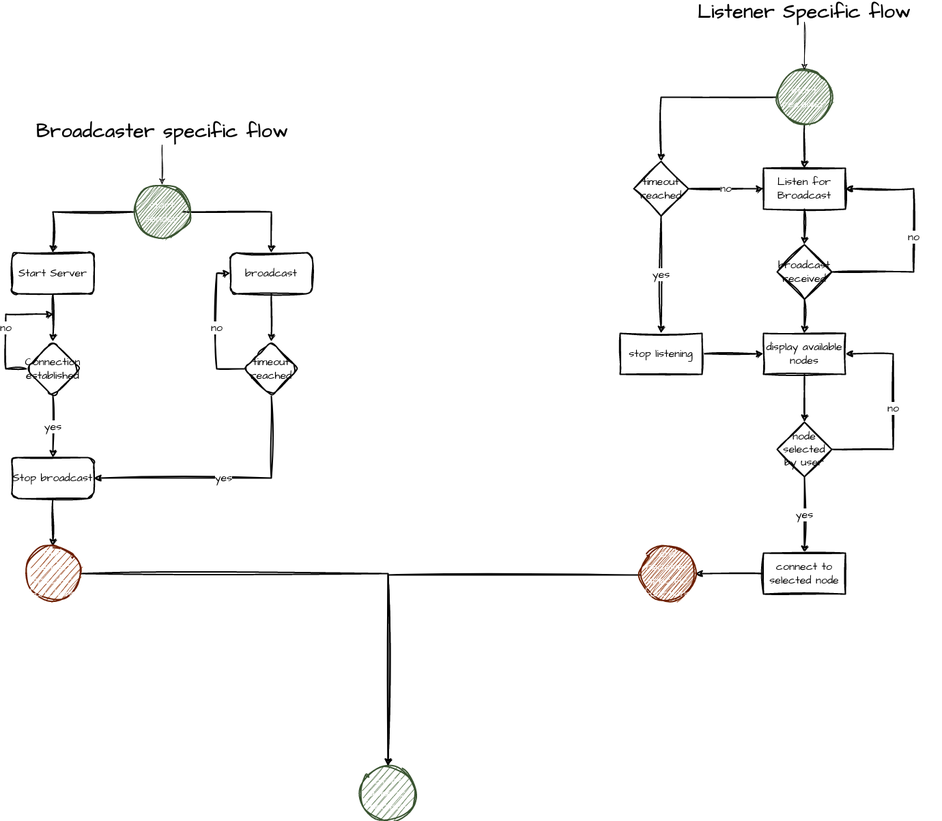
Above: application flow.drawio.png in 321swift/swift (draw.io), before the change. Source tidied: cells renumbered, new cells last; positions are measured from the earlier drawing's top-left corner, leaving out a move shared by most shapes.
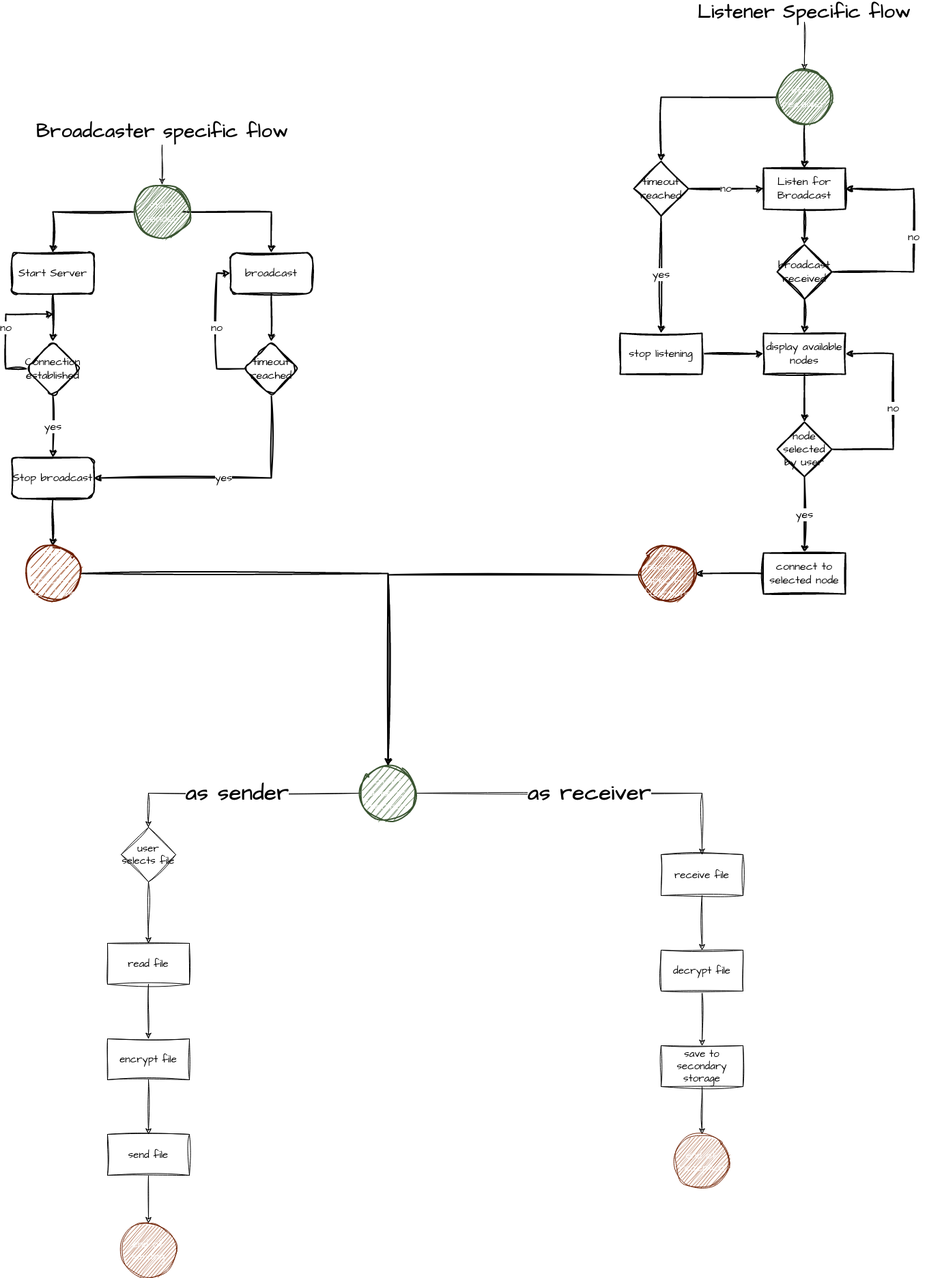
Later version of the same file.

Commit message:
add final flows for sending and receiving files

Diff of the diagram source:
```diff
@@ -71,6 +71,12 @@
     <mxCell id="17" value="End sender specific functions" style="ellipse;whiteSpace=wrap;html=1;fillColor=#a0522d;fontColor=#ffffff;strokeColor=#6D1F00;strokeWidth=2;fontFamily=Architects Daughter;sketch=1;curveFitting=1;jiggle=2;shadow=0;fontSize=16;fontSource=https%3A%2F%2Ffonts.googleapis.com%2Fcss%3Ffamily%3DArchitects%2BDaughter;" parent="1" vertex="1">
       <mxGeometry x="29" y="798" width="80" height="80" as="geometry" />
     </mxCell>
+    <mxCell id="46" value="as sender" style="edgeStyle=orthogonalEdgeStyle;rounded=0;sketch=1;hachureGap=4;jiggle=2;curveFitting=1;jettySize=auto;html=1;fontFamily=Architects Daughter;fontSource=https%3A%2F%2Ffonts.googleapis.com%2Fcss%3Ffamily%3DArchitects%2BDaughter;fontSize=32;entryX=0.5;entryY=0;entryDx=0;entryDy=0;fontStyle=1;" parent="1" edge="1" source="18" target="49">
+      <mxGeometry relative="1" as="geometry" />
+    </mxCell>
+    <mxCell id="47" value="&lt;font style=&quot;font-size: 32px;&quot;&gt;&lt;b&gt;as receiver&lt;/b&gt;&lt;br&gt;&lt;/font&gt;" style="edgeStyle=orthogonalEdgeStyle;rounded=0;sketch=1;hachureGap=4;jiggle=2;curveFitting=1;jettySize=auto;html=1;fontFamily=Architects Daughter;fontSource=https%3A%2F%2Ffonts.googleapis.com%2Fcss%3Ffamily%3DArchitects%2BDaughter;fontSize=16;entryX=0.5;entryY=0;entryDx=0;entryDy=0;" parent="1" edge="1" source="18" target="57">
+      <mxGeometry relative="1" as="geometry" />
+    </mxCell>
     <mxCell id="18" value="Start generic functions" style="ellipse;whiteSpace=wrap;html=1;fillColor=#6d8764;strokeColor=#3A5431;fontColor=#ffffff;strokeWidth=2;sketch=1;curveFitting=1;jiggle=2;shadow=0;fontSize=16;fontFamily=Architects Daughter;fontSource=https%3A%2F%2Ffonts.googleapis.com%2Fcss%3Ffamily%3DArchitects%2BDaughter;" parent="1" vertex="1">
       <mxGeometry x="520" y="1120" width="80" height="80" as="geometry" />
     </mxCell>
@@ -169,5 +175,53 @@
     <mxCell id="45" value="Listener Specific flow" style="text;html=1;strokeColor=none;fillColor=none;align=center;verticalAlign=middle;whiteSpace=wrap;rounded=0;fontSize=28;fontFamily=Architects Daughter;fontStyle=1;strokeWidth=2;" parent="1" vertex="1">
       <mxGeometry x="970" width="400" height="30" as="geometry" />
     </mxCell>
+    <mxCell id="48" style="edgeStyle=orthogonalEdgeStyle;rounded=0;sketch=1;hachureGap=4;jiggle=2;curveFitting=1;jettySize=auto;html=1;fontFamily=Architects Daughter;fontSource=https%3A%2F%2Ffonts.googleapis.com%2Fcss%3Ffamily%3DArchitects%2BDaughter;fontSize=16;" parent="1" edge="1" source="49" target="51">
+      <mxGeometry relative="1" as="geometry" />
+    </mxCell>
+    <mxCell id="49" value="user selects file" style="rhombus;whiteSpace=wrap;html=1;sketch=1;hachureGap=4;jiggle=2;curveFitting=1;fontFamily=Architects Daughter;fontSource=https%3A%2F%2Ffonts.googleapis.com%2Fcss%3Ffamily%3DArchitects%2BDaughter;fontSize=15;" parent="1" vertex="1">
+      <mxGeometry x="169" y="1210" width="80" height="80" as="geometry" />
+    </mxCell>
+    <mxCell id="50" style="edgeStyle=orthogonalEdgeStyle;rounded=0;sketch=1;hachureGap=4;jiggle=2;curveFitting=1;jettySize=auto;html=1;fontFamily=Architects Daughter;fontSource=https%3A%2F%2Ffonts.googleapis.com%2Fcss%3Ffamily%3DArchitects%2BDaughter;fontSize=16;" parent="1" edge="1" source="51" target="53">
+      <mxGeometry relative="1" as="geometry" />
+    </mxCell>
+    <mxCell id="51" value="read file" style="whiteSpace=wrap;html=1;fontSize=15;fontFamily=Architects Daughter;sketch=1;hachureGap=4;jiggle=2;curveFitting=1;fontSource=https%3A%2F%2Ffonts.googleapis.com%2Fcss%3Ffamily%3DArchitects%2BDaughter;" parent="1" vertex="1">
+      <mxGeometry x="149" y="1380" width="120" height="60" as="geometry" />
+    </mxCell>
+    <mxCell id="52" style="edgeStyle=orthogonalEdgeStyle;rounded=0;sketch=1;hachureGap=4;jiggle=2;curveFitting=1;jettySize=auto;html=1;fontFamily=Architects Daughter;fontSource=https%3A%2F%2Ffonts.googleapis.com%2Fcss%3Ffamily%3DArchitects%2BDaughter;fontSize=16;" parent="1" edge="1" source="53" target="55">
+      <mxGeometry relative="1" as="geometry" />
+    </mxCell>
+    <mxCell id="53" value="encrypt file" style="whiteSpace=wrap;html=1;fontSize=15;fontFamily=Architects Daughter;sketch=1;hachureGap=4;jiggle=2;curveFitting=1;fontSource=https%3A%2F%2Ffonts.googleapis.com%2Fcss%3Ffamily%3DArchitects%2BDaughter;" parent="1" vertex="1">
+      <mxGeometry x="149" y="1520" width="120" height="60" as="geometry" />
+    </mxCell>
+    <mxCell id="54" style="edgeStyle=orthogonalEdgeStyle;rounded=0;sketch=1;hachureGap=4;jiggle=2;curveFitting=1;jettySize=auto;html=1;fontFamily=Architects Daughter;fontSource=https%3A%2F%2Ffonts.googleapis.com%2Fcss%3Ffamily%3DArchitects%2BDaughter;fontSize=16;" parent="1" edge="1" source="55" target="62">
+      <mxGeometry relative="1" as="geometry" />
+    </mxCell>
+    <mxCell id="55" value="send file" style="whiteSpace=wrap;html=1;fontSize=15;fontFamily=Architects Daughter;sketch=1;hachureGap=4;jiggle=2;curveFitting=1;fontSource=https%3A%2F%2Ffonts.googleapis.com%2Fcss%3Ffamily%3DArchitects%2BDaughter;" parent="1" vertex="1">
+      <mxGeometry x="149" y="1660" width="120" height="60" as="geometry" />
+    </mxCell>
+    <mxCell id="56" style="edgeStyle=orthogonalEdgeStyle;rounded=0;sketch=1;hachureGap=4;jiggle=2;curveFitting=1;jettySize=auto;html=1;fontFamily=Architects Daughter;fontSource=https%3A%2F%2Ffonts.googleapis.com%2Fcss%3Ffamily%3DArchitects%2BDaughter;fontSize=16;" parent="1" edge="1" source="57" target="59">
+      <mxGeometry relative="1" as="geometry" />
+    </mxCell>
+    <mxCell id="57" value="receive file" style="whiteSpace=wrap;html=1;fontSize=15;fontFamily=Architects Daughter;sketch=1;hachureGap=4;jiggle=2;curveFitting=1;fontSource=https%3A%2F%2Ffonts.googleapis.com%2Fcss%3Ffamily%3DArchitects%2BDaughter;" parent="1" vertex="1">
+      <mxGeometry x="960" y="1250" width="120" height="60" as="geometry" />
+    </mxCell>
+    <mxCell id="58" style="edgeStyle=orthogonalEdgeStyle;rounded=0;sketch=1;hachureGap=4;jiggle=2;curveFitting=1;jettySize=auto;html=1;fontFamily=Architects Daughter;fontSource=https%3A%2F%2Ffonts.googleapis.com%2Fcss%3Ffamily%3DArchitects%2BDaughter;fontSize=16;" parent="1" edge="1" source="59" target="61">
+      <mxGeometry relative="1" as="geometry" />
+    </mxCell>
+    <mxCell id="59" value="decrypt file" style="whiteSpace=wrap;html=1;fontSize=15;fontFamily=Architects Daughter;sketch=1;hachureGap=4;jiggle=2;curveFitting=1;fontSource=https%3A%2F%2Ffonts.googleapis.com%2Fcss%3Ffamily%3DArchitects%2BDaughter;" parent="1" vertex="1">
+      <mxGeometry x="960" y="1390" width="120" height="60" as="geometry" />
+    </mxCell>
+    <mxCell id="60" style="edgeStyle=orthogonalEdgeStyle;rounded=0;sketch=1;hachureGap=4;jiggle=2;curveFitting=1;jettySize=auto;html=1;fontFamily=Architects Daughter;fontSource=https%3A%2F%2Ffonts.googleapis.com%2Fcss%3Ffamily%3DArchitects%2BDaughter;fontSize=16;" parent="1" edge="1" source="61" target="63">
+      <mxGeometry relative="1" as="geometry" />
+    </mxCell>
+    <mxCell id="61" value="save to secondary storage" style="whiteSpace=wrap;html=1;fontSize=15;fontFamily=Architects Daughter;sketch=1;hachureGap=4;jiggle=2;curveFitting=1;fontSource=https%3A%2F%2Ffonts.googleapis.com%2Fcss%3Ffamily%3DArchitects%2BDaughter;" parent="1" vertex="1">
+      <mxGeometry x="960" y="1530" width="120" height="60" as="geometry" />
+    </mxCell>
+    <mxCell id="62" value="end of sending" style="ellipse;whiteSpace=wrap;html=1;fontSize=15;fontFamily=Architects Daughter;sketch=1;hachureGap=4;jiggle=2;curveFitting=1;fontSource=https%3A%2F%2Ffonts.googleapis.com%2Fcss%3Ffamily%3DArchitects%2BDaughter;fillColor=#a0522d;fontColor=#ffffff;strokeColor=#6D1F00;" parent="1" vertex="1">
+      <mxGeometry x="169" y="1790" width="80" height="80" as="geometry" />
+    </mxCell>
+    <mxCell id="63" value="end of reception" style="ellipse;whiteSpace=wrap;html=1;fontSize=15;fontFamily=Architects Daughter;sketch=1;hachureGap=4;jiggle=2;curveFitting=1;fontSource=https%3A%2F%2Ffonts.googleapis.com%2Fcss%3Ffamily%3DArchitects%2BDaughter;fillColor=#a0522d;fontColor=#ffffff;strokeColor=#6D1F00;" parent="1" vertex="1">
+      <mxGeometry x="980" y="1660" width="80" height="80" as="geometry" />
+    </mxCell>
   </root>
 </mxGraphModel>
```
